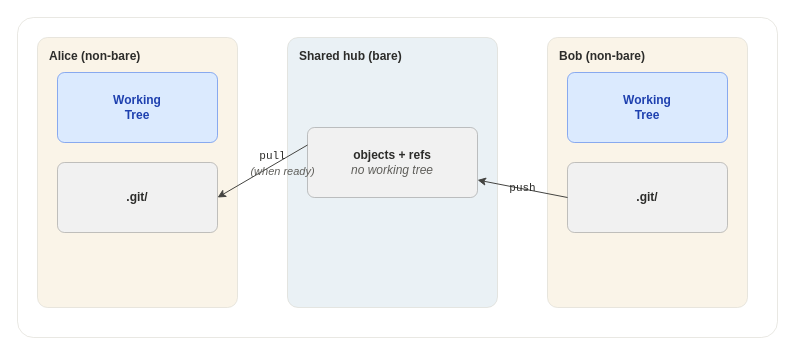
This is assets/drawio/git-bare-after.drawio from braboj/tutorial-git, a draw.io file, before an edit. Source tidied: cells renumbered, new cells numbered last; positions are measured from the earlier drawing's top-left corner, leaving out a move shared by most shapes. Both pictures are drawn from the tidied source at 100%, with x=0, y=0 at pixel (17, 17).
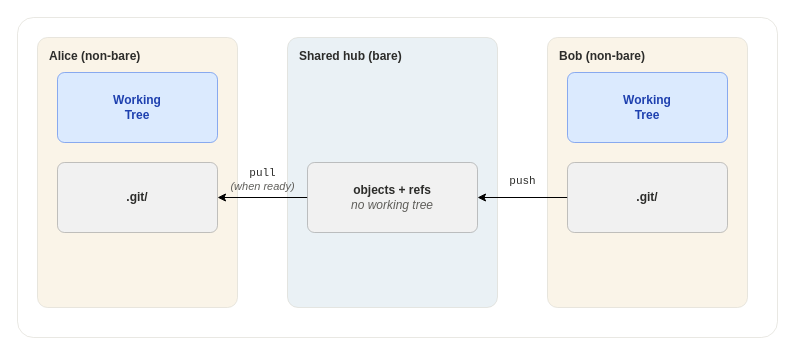
The same page after the edit.

Commit message (it also covers changes not shown here):
docs: update drawio layout and re-export PNGs (#191)

Apply manual draw.io adjustments to before/after diagrams and
re-export PNGs at 2x scale.

What changed in the source:
```diff
@@
 <mxGraphModel>
   <root>
     <mxCell id="0" />
     <mxCell id="1" parent="0" />
     <mxCell id="2" style="rounded=1;whiteSpace=wrap;html=1;fillColor=#FFFFFF;strokeColor=#D3D1C7;strokeWidth=0.5;shadow=0;arcSize=5;" parent="1" vertex="1">
       <mxGeometry width="760" height="320" as="geometry" />
     </mxCell>
     <mxCell id="3" style="rounded=1;whiteSpace=wrap;html=1;fillColor=#FAF4E8;strokeColor=#D3D1C7;strokeWidth=0.5;shadow=0;arcSize=5;" parent="1" vertex="1">
       <mxGeometry x="20" y="20" width="200" height="270" as="geometry" />
     </mxCell>
     <mxCell id="4" value="Alice (non-bare)" style="text;html=1;strokeColor=none;fillColor=none;align=left;verticalAlign=top;fontSize=12;fontStyle=1;fontColor=#2C2C2A;fontFamily=Helvetica;" parent="1" vertex="1">
       <mxGeometry x="30" y="25" width="150" height="20" as="geometry" />
     </mxCell>
     <mxCell id="5" value="Working&lt;br&gt;Tree" style="rounded=1;whiteSpace=wrap;html=1;fillColor=#DBEAFE;strokeColor=#2563EB;strokeWidth=0.5;shadow=0;fontSize=12;fontStyle=1;fontColor=#1E40AF;fontFamily=Helvetica;verticalAlign=middle;align=center;arcSize=10;" parent="1" vertex="1">
       <mxGeometry x="40" y="55" width="160" height="70" as="geometry" />
     </mxCell>
     <mxCell id="6" value=".git/" style="rounded=1;whiteSpace=wrap;html=1;fillColor=#F1F1F1;strokeColor=#888888;strokeWidth=0.5;shadow=0;fontSize=12;fontStyle=1;fontColor=#2C2C2A;fontFamily=Helvetica;verticalAlign=middle;align=center;arcSize=10;" parent="1" vertex="1">
       <mxGeometry x="40" y="145" width="160" height="70" as="geometry" />
     </mxCell>
     <mxCell id="7" style="rounded=1;whiteSpace=wrap;html=1;fillColor=#EAF1F5;strokeColor=#D3D1C7;strokeWidth=0.5;shadow=0;arcSize=5;" parent="1" vertex="1">
       <mxGeometry x="270" y="20" width="210" height="270" as="geometry" />
     </mxCell>
     <mxCell id="8" value="Shared hub (bare)" style="text;html=1;strokeColor=none;fillColor=none;align=left;verticalAlign=top;fontSize=12;fontStyle=1;fontColor=#2C2C2A;fontFamily=Helvetica;" parent="1" vertex="1">
       <mxGeometry x="280" y="25" width="160" height="20" as="geometry" />
     </mxCell>
+    <mxCell id="19" style="edgeStyle=orthogonalEdgeStyle;rounded=1;jettySize=auto;html=1;entryX=1;entryY=0.5;entryDx=0;entryDy=0;curved=0;" parent="1" edge="1" source="9" target="6">
+      <mxGeometry relative="1" as="geometry" />
+    </mxCell>
     <mxCell id="9" value="objects + refs&lt;br&gt;&lt;i style=&quot;font-weight:normal;color:#5F5E5A&quot;&gt;no working tree&lt;/i&gt;" style="rounded=1;whiteSpace=wrap;html=1;fillColor=#F1F1F1;strokeColor=#888888;strokeWidth=0.5;shadow=0;fontSize=12;fontStyle=1;fontColor=#2C2C2A;fontFamily=Helvetica;verticalAlign=middle;align=center;arcSize=10;" parent="1" vertex="1">
-      <mxGeometry x="290" y="110" width="170" height="70" as="geometry" />
+      <mxGeometry x="290" y="145" width="170" height="70" as="geometry" />
     </mxCell>
     <mxCell id="10" style="rounded=1;whiteSpace=wrap;html=1;fillColor=#FAF4E8;strokeColor=#D3D1C7;strokeWidth=0.5;shadow=0;arcSize=5;" parent="1" vertex="1">
       <mxGeometry x="530" y="20" width="200" height="270" as="geometry" />
     </mxCell>
     <mxCell id="11" value="Bob (non-bare)" style="text;html=1;strokeColor=none;fillColor=none;align=left;verticalAlign=top;fontSize=12;fontStyle=1;fontColor=#2C2C2A;fontFamily=Helvetica;" parent="1" vertex="1">
       <mxGeometry x="540" y="25" width="150" height="20" as="geometry" />
     </mxCell>
     <mxCell id="12" value="Working&lt;br&gt;Tree" style="rounded=1;whiteSpace=wrap;html=1;fillColor=#DBEAFE;strokeColor=#2563EB;strokeWidth=0.5;shadow=0;fontSize=12;fontStyle=1;fontColor=#1E40AF;fontFamily=Helvetica;verticalAlign=middle;align=center;arcSize=10;" parent="1" vertex="1">
       <mxGeometry x="550" y="55" width="160" height="70" as="geometry" />
     </mxCell>
+    <mxCell id="20" style="edgeStyle=orthogonalEdgeStyle;rounded=1;jettySize=auto;html=1;entryX=1;entryY=0.5;entryDx=0;entryDy=0;curved=0;" parent="1" edge="1" source="13" target="9">
+      <mxGeometry relative="1" as="geometry" />
+    </mxCell>
     <mxCell id="13" value=".git/" style="rounded=1;whiteSpace=wrap;html=1;fillColor=#F1F1F1;strokeColor=#888888;strokeWidth=0.5;shadow=0;fontSize=12;fontStyle=1;fontColor=#2C2C2A;fontFamily=Helvetica;verticalAlign=middle;align=center;arcSize=10;" parent="1" vertex="1">
       <mxGeometry x="550" y="145" width="160" height="70" as="geometry" />
     </mxCell>
-    <mxCell id="14" style="endArrow=classic;html=1;strokeColor=#444441;strokeWidth=1;endFill=1;endSize=6;exitX=0;exitY=0.5;exitDx=0;exitDy=0;entryX=1;entryY=0.75;entryDx=0;entryDy=0;" parent="1" vertex="1" edge="1" source="13" target="9">
-      <mxGeometry relative="1" as="geometry" />
-    </mxCell>
     <mxCell id="15" value="push" style="text;html=1;strokeColor=none;fillColor=none;align=center;verticalAlign=bottom;fontSize=11;fontStyle=0;fontColor=#2C2C2A;fontFamily=Courier New;" parent="1" vertex="1">
-      <mxGeometry x="480" y="162" width="50" height="18" as="geometry" />
+      <mxGeometry x="480" y="155" width="50" height="18" as="geometry" />
     </mxCell>
-    <mxCell id="16" style="endArrow=classic;html=1;strokeColor=#444441;strokeWidth=1;endFill=1;endSize=6;exitX=0;exitY=0.25;exitDx=0;exitDy=0;entryX=1;entryY=0.5;entryDx=0;entryDy=0;" parent="1" vertex="1" edge="1" source="9" target="6">
-      <mxGeometry relative="1" as="geometry" />
-    </mxCell>
     <mxCell id="17" value="pull" style="text;html=1;strokeColor=none;fillColor=none;align=center;verticalAlign=bottom;fontSize=11;fontStyle=0;fontColor=#2C2C2A;fontFamily=Courier New;" parent="1" vertex="1">
-      <mxGeometry x="230" y="130" width="50" height="18" as="geometry" />
+      <mxGeometry x="220" y="147" width="50" height="18" as="geometry" />
     </mxCell>
     <mxCell id="18" value="(when ready)" style="text;html=1;strokeColor=none;fillColor=none;align=center;verticalAlign=middle;fontSize=11;fontStyle=2;fontColor=#5F5E5A;fontFamily=Helvetica;" parent="1" vertex="1">
-      <mxGeometry x="225" y="145" width="80" height="18" as="geometry" />
+      <mxGeometry x="205" y="160" width="80" height="18" as="geometry" />
     </mxCell>
   </root>
 </mxGraphModel>
```
